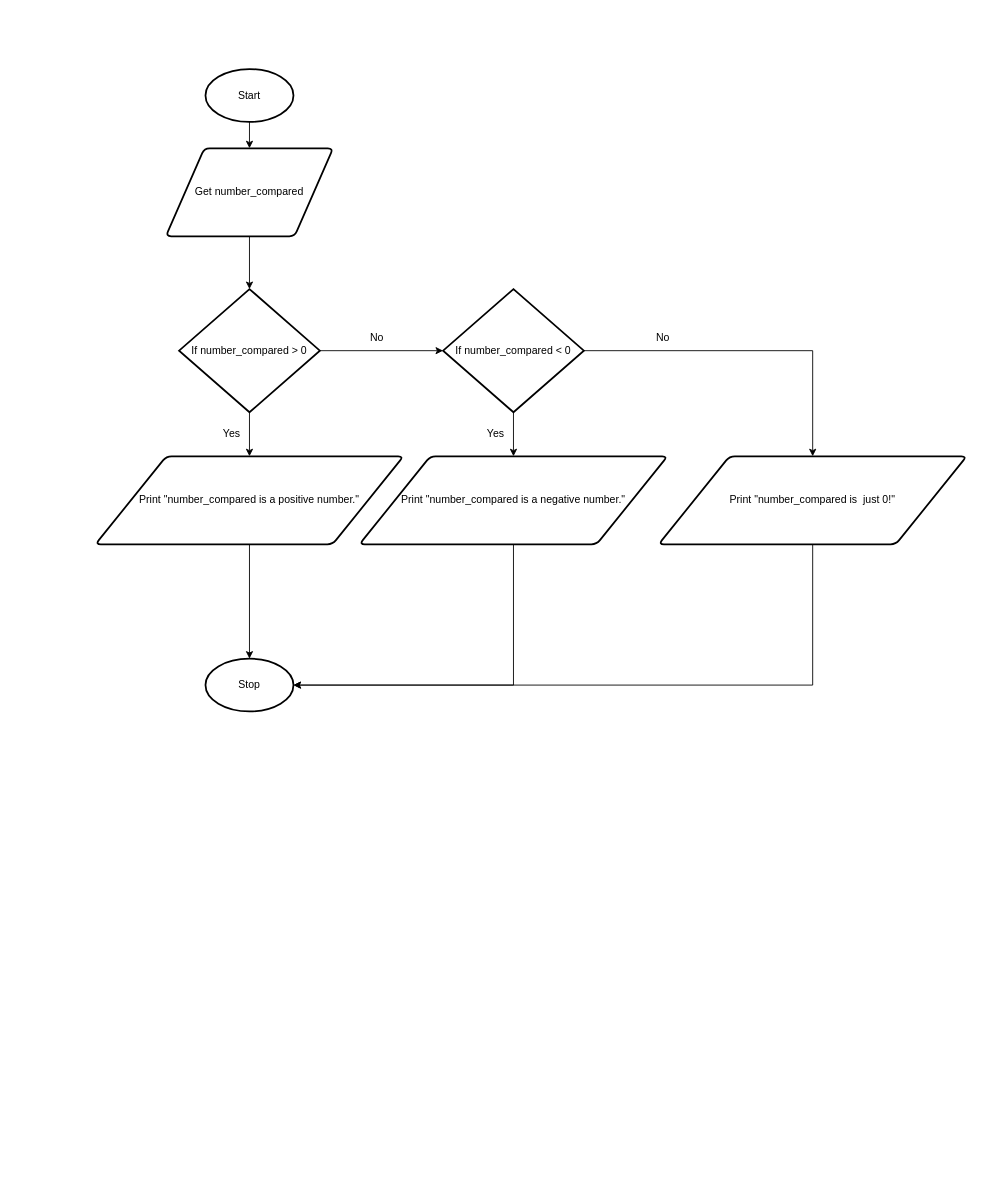
Above: design.flowchart.drawio in Yiyun-Qin/ICS3U-Template-Python (draw.io), before the change. Source tidied: cells renumbered, new cells numbered last; positions are measured from the earlier drawing's top-left corner, leaving out a move shared by most shapes. Both pictures are drawn from the tidied source at 88%, with x=0, y=0 at pixel (95, 69).
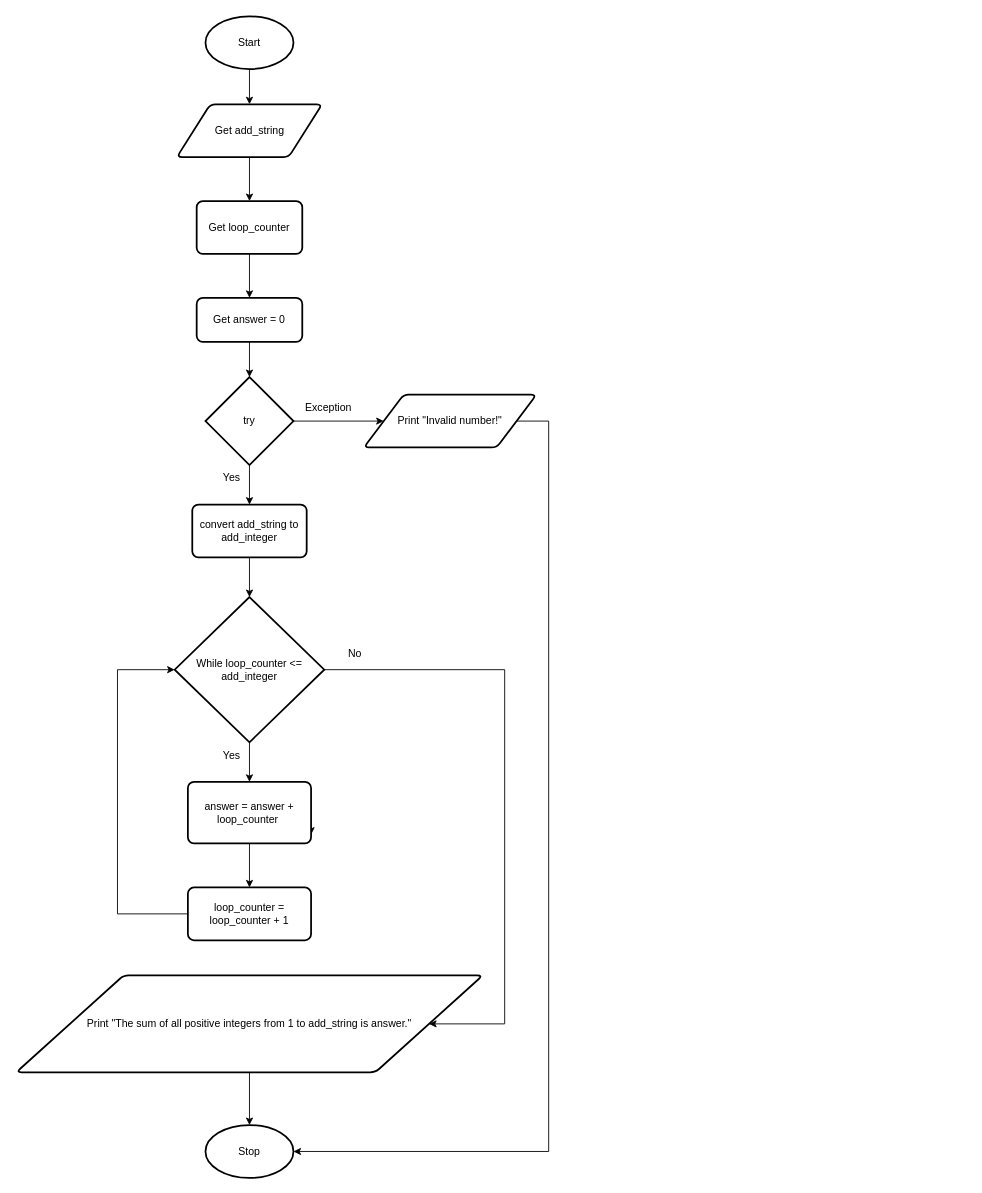
The same diagram, later.

What changed in the source:
```diff
@@
     <mxCell id="3" value="Start" style="strokeWidth=2;html=1;shape=mxgraph.flowchart.start_1;whiteSpace=wrap;" parent="1" vertex="1">
-      <mxGeometry x="125" width="100" height="60" as="geometry" />
+      <mxGeometry x="125" y="-60" width="100" height="60" as="geometry" />
     </mxCell>
-    <mxCell id="4" style="edgeStyle=none;html=1;exitX=0.5;exitY=1;exitDx=0;exitDy=0;entryX=0.5;entryY=0;entryDx=0;entryDy=0;" parent="1" edge="1" source="6">
-      <mxGeometry relative="1" as="geometry">
-        <mxPoint x="175" y="170" as="targetPoint" />
-      </mxGeometry>
-    </mxCell>
-    <mxCell id="5" style="edgeStyle=none;html=1;exitX=0.5;exitY=1;exitDx=0;exitDy=0;entryX=0.5;entryY=0;entryDx=0;entryDy=0;entryPerimeter=0;" parent="1" edge="1" source="6" target="10">
-      <mxGeometry relative="1" as="geometry" />
-    </mxCell>
+    <mxCell id="24" style="edgeStyle=none;html=1;exitX=0.5;exitY=1;exitDx=0;exitDy=0;entryX=0.5;entryY=0;entryDx=0;entryDy=0;" parent="1" edge="1" source="6" target="39">
+      <mxGeometry relative="1" as="geometry" />
+    </mxCell>
-    <mxCell id="6" value="Get number_compared" style="shape=parallelogram;html=1;strokeWidth=2;perimeter=parallelogramPerimeter;whiteSpace=wrap;rounded=1;arcSize=12;size=0.23;" parent="1" vertex="1">
-      <mxGeometry x="80" y="90" width="190" height="100" as="geometry" />
+    <mxCell id="6" value="Get add_string" style="shape=parallelogram;html=1;strokeWidth=2;perimeter=parallelogramPerimeter;whiteSpace=wrap;rounded=1;arcSize=12;size=0.23;" parent="1" vertex="1">
+      <mxGeometry x="92.5" y="40" width="165" height="60" as="geometry" />
     </mxCell>
     <mxCell id="7" value="Stop" style="strokeWidth=2;html=1;shape=mxgraph.flowchart.start_1;whiteSpace=wrap;" parent="1" vertex="1">
-      <mxGeometry x="125" y="670" width="100" height="60" as="geometry" />
+      <mxGeometry x="125" y="1200" width="100" height="60" as="geometry" />
     </mxCell>
-    <mxCell id="8" style="edgeStyle=none;html=1;exitX=0.5;exitY=1;exitDx=0;exitDy=0;exitPerimeter=0;entryX=0.5;entryY=0;entryDx=0;entryDy=0;" parent="1" edge="1" source="10" target="12">
-      <mxGeometry relative="1" as="geometry" />
-    </mxCell>
-    <mxCell id="9" style="edgeStyle=none;html=1;exitX=1;exitY=0.5;exitDx=0;exitDy=0;exitPerimeter=0;" parent="1" edge="1" source="10" target="15">
-      <mxGeometry relative="1" as="geometry" />
-    </mxCell>
-    <mxCell id="10" value="If number_compared &amp;gt; 0" style="strokeWidth=2;html=1;shape=mxgraph.flowchart.decision;whiteSpace=wrap;" parent="1" vertex="1">
-      <mxGeometry x="95" y="250" width="160" height="140" as="geometry" />
-    </mxCell>
-    <mxCell id="11" style="edgeStyle=none;html=1;exitX=0.5;exitY=1;exitDx=0;exitDy=0;entryX=0.5;entryY=0;entryDx=0;entryDy=0;entryPerimeter=0;" parent="1" edge="1" source="12" target="7">
-      <mxGeometry relative="1" as="geometry" />
-    </mxCell>
-    <mxCell id="12" value="Print &quot;number_compared is a positive number.&quot;" style="shape=parallelogram;html=1;strokeWidth=2;perimeter=parallelogramPerimeter;whiteSpace=wrap;rounded=1;arcSize=12;size=0.23;" parent="1" vertex="1">
-      <mxGeometry y="440" width="350" height="100" as="geometry" />
-    </mxCell>
-    <mxCell id="13" style="edgeStyle=none;html=1;exitX=0.5;exitY=1;exitDx=0;exitDy=0;exitPerimeter=0;entryX=0.5;entryY=0;entryDx=0;entryDy=0;" parent="1" edge="1" source="15" target="19">
-      <mxGeometry relative="1" as="geometry" />
-    </mxCell>
-    <mxCell id="14" style="edgeStyle=orthogonalEdgeStyle;rounded=0;html=1;exitX=1;exitY=0.5;exitDx=0;exitDy=0;exitPerimeter=0;entryX=0.5;entryY=0;entryDx=0;entryDy=0;strokeColor=default;" parent="1" edge="1" source="15" target="23">
-      <mxGeometry relative="1" as="geometry" />
-    </mxCell>
-    <mxCell id="15" value="If number_compared &amp;lt; 0" style="strokeWidth=2;html=1;shape=mxgraph.flowchart.decision;whiteSpace=wrap;" parent="1" vertex="1">
-      <mxGeometry x="395" y="250" width="160" height="140" as="geometry" />
-    </mxCell>
     <mxCell id="16" value="Yes" style="text;html=1;strokeColor=none;fillColor=none;align=center;verticalAlign=middle;whiteSpace=wrap;rounded=0;" parent="1" vertex="1">
-      <mxGeometry x="125" y="400" width="60" height="30" as="geometry" />
+      <mxGeometry x="125" y="450" width="60" height="30" as="geometry" />
     </mxCell>
     <mxCell id="17" value="No" style="text;html=1;strokeColor=none;fillColor=none;align=center;verticalAlign=middle;whiteSpace=wrap;rounded=0;" parent="1" vertex="1">
-      <mxGeometry x="290" y="290" width="60" height="30" as="geometry" />
+      <mxGeometry x="265" y="650" width="60" height="30" as="geometry" />
     </mxCell>
-    <mxCell id="18" style="edgeStyle=orthogonalEdgeStyle;html=1;exitX=0.5;exitY=1;exitDx=0;exitDy=0;entryX=1;entryY=0.5;entryDx=0;entryDy=0;entryPerimeter=0;strokeColor=default;rounded=0;" parent="1" edge="1" source="19" target="7">
-      <mxGeometry relative="1" as="geometry" />
-    </mxCell>
-    <mxCell id="19" value="Print &quot;number_compared is a negative number.&quot;" style="shape=parallelogram;html=1;strokeWidth=2;perimeter=parallelogramPerimeter;whiteSpace=wrap;rounded=1;arcSize=12;size=0.23;" parent="1" vertex="1">
-      <mxGeometry x="300" y="440" width="350" height="100" as="geometry" />
-    </mxCell>
+    <mxCell id="25" style="edgeStyle=none;html=1;exitX=0.5;exitY=1;exitDx=0;exitDy=0;exitPerimeter=0;entryX=0.5;entryY=0;entryDx=0;entryDy=0;" parent="1" edge="1" source="14" target="28">
+      <mxGeometry relative="1" as="geometry" />
+    </mxCell>
+    <mxCell id="26" style="edgeStyle=none;html=1;exitX=1;exitY=0.5;exitDx=0;exitDy=0;exitPerimeter=0;entryX=0;entryY=0.5;entryDx=0;entryDy=0;" parent="1" edge="1" source="14" target="30">
+      <mxGeometry relative="1" as="geometry" />
+    </mxCell>
+    <mxCell id="14" value="try" style="strokeWidth=2;html=1;shape=mxgraph.flowchart.decision;whiteSpace=wrap;" parent="1" vertex="1">
+      <mxGeometry x="125" y="350" width="100" height="100" as="geometry" />
+    </mxCell>
+    <mxCell id="27" style="edgeStyle=none;html=1;exitX=0.5;exitY=1;exitDx=0;exitDy=0;entryX=0.5;entryY=0;entryDx=0;entryDy=0;entryPerimeter=0;" parent="1" edge="1" source="28" target="34">
+      <mxGeometry relative="1" as="geometry" />
+    </mxCell>
+    <mxCell id="28" value="convert add_string to add_integer" style="rounded=1;whiteSpace=wrap;html=1;absoluteArcSize=1;arcSize=14;strokeWidth=2;" parent="1" vertex="1">
+      <mxGeometry x="110" y="495" width="130" height="60" as="geometry" />
+    </mxCell>
+    <mxCell id="29" style="edgeStyle=orthogonalEdgeStyle;html=1;exitX=1;exitY=0.5;exitDx=0;exitDy=0;entryX=1;entryY=0.5;entryDx=0;entryDy=0;entryPerimeter=0;rounded=0;" parent="1" edge="1" source="30" target="7">
+      <mxGeometry relative="1" as="geometry">
+        <Array as="points">
+          <mxPoint x="515" y="400" />
+          <mxPoint x="515" y="1230" />
+        </Array>
+      </mxGeometry>
+    </mxCell>
+    <mxCell id="30" value="Print &quot;Invalid number!&quot;" style="shape=parallelogram;html=1;strokeWidth=2;perimeter=parallelogramPerimeter;whiteSpace=wrap;rounded=1;arcSize=12;size=0.23;" parent="1" vertex="1">
+      <mxGeometry x="305" y="370" width="196" height="60" as="geometry" />
+    </mxCell>
+    <mxCell id="31" value="Exception" style="text;html=1;strokeColor=none;fillColor=none;align=center;verticalAlign=middle;whiteSpace=wrap;rounded=0;" parent="1" vertex="1">
+      <mxGeometry x="235" y="370" width="60" height="30" as="geometry" />
+    </mxCell>
+    <mxCell id="32" style="edgeStyle=none;html=1;exitX=0.5;exitY=1;exitDx=0;exitDy=0;exitPerimeter=0;entryX=0.5;entryY=0;entryDx=0;entryDy=0;" parent="1" edge="1" source="34" target="37">
+      <mxGeometry relative="1" as="geometry" />
+    </mxCell>
+    <mxCell id="33" style="edgeStyle=orthogonalEdgeStyle;rounded=0;html=1;exitX=1;exitY=0.5;exitDx=0;exitDy=0;exitPerimeter=0;entryX=1;entryY=0.5;entryDx=0;entryDy=0;" parent="1" edge="1" source="34" target="45">
+      <mxGeometry relative="1" as="geometry">
+        <Array as="points">
+          <mxPoint x="465" y="683" />
+          <mxPoint x="465" y="1085" />
+        </Array>
+      </mxGeometry>
+    </mxCell>
+    <mxCell id="34" value="While loop_counter &amp;lt;= add_integer" style="strokeWidth=2;html=1;shape=mxgraph.flowchart.decision;whiteSpace=wrap;" parent="1" vertex="1">
+      <mxGeometry x="90" y="600" width="170" height="165" as="geometry" />
+    </mxCell>
+    <mxCell id="35" style="edgeStyle=none;html=1;exitX=1;exitY=0.75;exitDx=0;exitDy=0;" parent="1" edge="1" source="37">
+      <mxGeometry relative="1" as="geometry">
+        <mxPoint x="245" y="870" as="targetPoint" />
+      </mxGeometry>
+    </mxCell>
+    <mxCell id="36" style="edgeStyle=none;html=1;exitX=0.5;exitY=1;exitDx=0;exitDy=0;entryX=0.5;entryY=0;entryDx=0;entryDy=0;" parent="1" edge="1" source="37" target="43">
+      <mxGeometry relative="1" as="geometry" />
+    </mxCell>
+    <mxCell id="37" value="answer = answer + loop_counter&amp;nbsp;" style="rounded=1;whiteSpace=wrap;html=1;absoluteArcSize=1;arcSize=14;strokeWidth=2;" parent="1" vertex="1">
+      <mxGeometry x="105" y="810" width="140" height="70" as="geometry" />
+    </mxCell>
+    <mxCell id="38" style="edgeStyle=none;html=1;exitX=0.5;exitY=1;exitDx=0;exitDy=0;entryX=0.5;entryY=0;entryDx=0;entryDy=0;" parent="1" edge="1" source="39" target="41">
+      <mxGeometry relative="1" as="geometry" />
+    </mxCell>
+    <mxCell id="39" value="Get loop_counter" style="rounded=1;whiteSpace=wrap;html=1;absoluteArcSize=1;arcSize=14;strokeWidth=2;" parent="1" vertex="1">
+      <mxGeometry x="115" y="150" width="120" height="60" as="geometry" />
+    </mxCell>
+    <mxCell id="40" style="edgeStyle=none;html=1;exitX=0.5;exitY=1;exitDx=0;exitDy=0;entryX=0.5;entryY=0;entryDx=0;entryDy=0;entryPerimeter=0;" parent="1" edge="1" source="41" target="14">
+      <mxGeometry relative="1" as="geometry" />
+    </mxCell>
+    <mxCell id="41" value="Get answer = 0" style="rounded=1;whiteSpace=wrap;html=1;absoluteArcSize=1;arcSize=14;strokeWidth=2;" parent="1" vertex="1">
+      <mxGeometry x="115" y="260" width="120" height="50" as="geometry" />
+    </mxCell>
+    <mxCell id="42" style="edgeStyle=orthogonalEdgeStyle;html=1;exitX=0;exitY=0.5;exitDx=0;exitDy=0;entryX=0;entryY=0.5;entryDx=0;entryDy=0;entryPerimeter=0;rounded=0;" parent="1" edge="1" source="43" target="34">
+      <mxGeometry relative="1" as="geometry">
+        <Array as="points">
+          <mxPoint x="25" y="960" />
+          <mxPoint x="25" y="683" />
+        </Array>
+      </mxGeometry>
+    </mxCell>
+    <mxCell id="43" value="loop_counter = loop_counter + 1" style="rounded=1;whiteSpace=wrap;html=1;absoluteArcSize=1;arcSize=14;strokeWidth=2;" parent="1" vertex="1">
+      <mxGeometry x="105" y="930" width="140" height="60" as="geometry" />
+    </mxCell>
     <mxCell id="20" value="Yes" style="text;html=1;strokeColor=none;fillColor=none;align=center;verticalAlign=middle;whiteSpace=wrap;rounded=0;" parent="1" vertex="1">
-      <mxGeometry x="425" y="400" width="60" height="30" as="geometry" />
+      <mxGeometry x="125" y="765" width="60" height="30" as="geometry" />
     </mxCell>
-    <mxCell id="21" value="No" style="text;html=1;strokeColor=none;fillColor=none;align=center;verticalAlign=middle;whiteSpace=wrap;rounded=0;" parent="1" vertex="1">
-      <mxGeometry x="615" y="290" width="60" height="30" as="geometry" />
-    </mxCell>
-    <mxCell id="22" style="edgeStyle=orthogonalEdgeStyle;rounded=0;html=1;exitX=0.5;exitY=1;exitDx=0;exitDy=0;entryX=1;entryY=0.5;entryDx=0;entryDy=0;entryPerimeter=0;strokeColor=default;" parent="1" edge="1" source="23" target="7">
-      <mxGeometry relative="1" as="geometry" />
-    </mxCell>
-    <mxCell id="23" value="Print &quot;number_compared is&amp;nbsp; just 0!&quot;" style="shape=parallelogram;html=1;strokeWidth=2;perimeter=parallelogramPerimeter;whiteSpace=wrap;rounded=1;arcSize=12;size=0.23;" parent="1" vertex="1">
-      <mxGeometry x="640" y="440" width="350" height="100" as="geometry" />
-    </mxCell>
+    <mxCell id="44" style="edgeStyle=orthogonalEdgeStyle;rounded=0;html=1;exitX=0.5;exitY=1;exitDx=0;exitDy=0;entryX=0.5;entryY=0;entryDx=0;entryDy=0;entryPerimeter=0;" parent="1" edge="1" source="45" target="7">
+      <mxGeometry relative="1" as="geometry" />
+    </mxCell>
+    <mxCell id="45" value="Print &quot;The sum of all positive integers from 1 to add_string is answer.&quot;" style="shape=parallelogram;html=1;strokeWidth=2;perimeter=parallelogramPerimeter;whiteSpace=wrap;rounded=1;arcSize=12;size=0.23;" parent="1" vertex="1">
+      <mxGeometry x="-90" y="1030" width="530" height="110" as="geometry" />
+    </mxCell>
```
